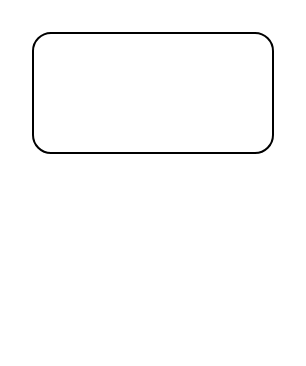
TheFred94/thegame keeps this draw.io diagram as Untitled Diagram.drawio. Above is the earlier version. Source tidied: cells renumbered, new cells numbered last; positions are measured from the earlier drawing's top-left corner, leaving out a move shared by most shapes. Both pictures are drawn from the tidied source at 200%, with x=0, y=0 at pixel (32, 32).
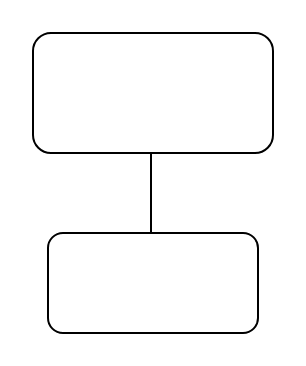
Above is the later version.

The edit, as a diff of the source:
```diff
@@
 <mxGraphModel>
   <root>
     <mxCell id="0" />
     <mxCell id="1" parent="0" />
     <mxCell id="2" style="rounded=1;whiteSpace=wrap;html=1;" parent="1" vertex="1">
       <mxGeometry width="120" height="60" as="geometry" />
     </mxCell>
+    <mxCell id="3" style="endArrow=none;html=1;rounded=0;" parent="1" edge="1">
+      <mxGeometry relative="1" as="geometry">
+        <mxPoint x="59" y="100" as="sourcePoint" />
+        <mxPoint x="59" y="60" as="targetPoint" />
+      </mxGeometry>
+    </mxCell>
+    <mxCell id="4" style="rounded=1;whiteSpace=wrap;html=1;" parent="1" vertex="1">
+      <mxGeometry x="7.5" y="100" width="105" height="50" as="geometry" />
+    </mxCell>
   </root>
 </mxGraphModel>
```
